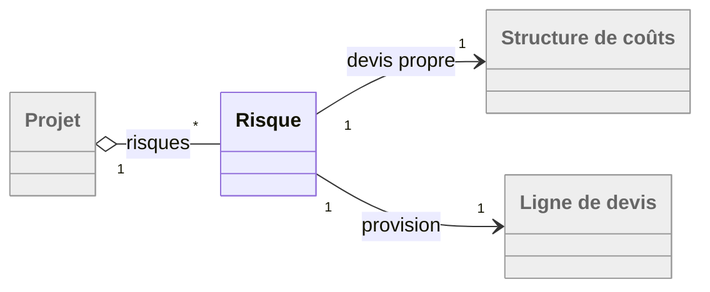
Above: docs/spec/figures/modele-risques.png in waterfall-project/wf-project (Mermaid), before the change. Its source is kept beside it as docs/spec/figures/modele-risques.mmd.
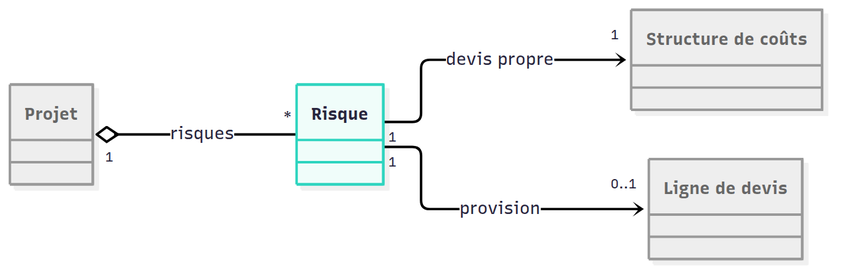
The same diagram one commit later.

The edit, as a diff of the source:
```diff
@@ -7,7 +7,7 @@
 
     Projet "1" o-- "*" Risque : risques
     Risque "1" --> "1" Structure : devis propre
-    Risque "1" --> "1" LigneDevis : provision
+    Risque "1" --> "0..1" LigneDevis : provision
 
     style Projet fill:#eeeeee,stroke:#999999,color:#666666
     style Structure fill:#eeeeee,stroke:#999999,color:#666666
```
